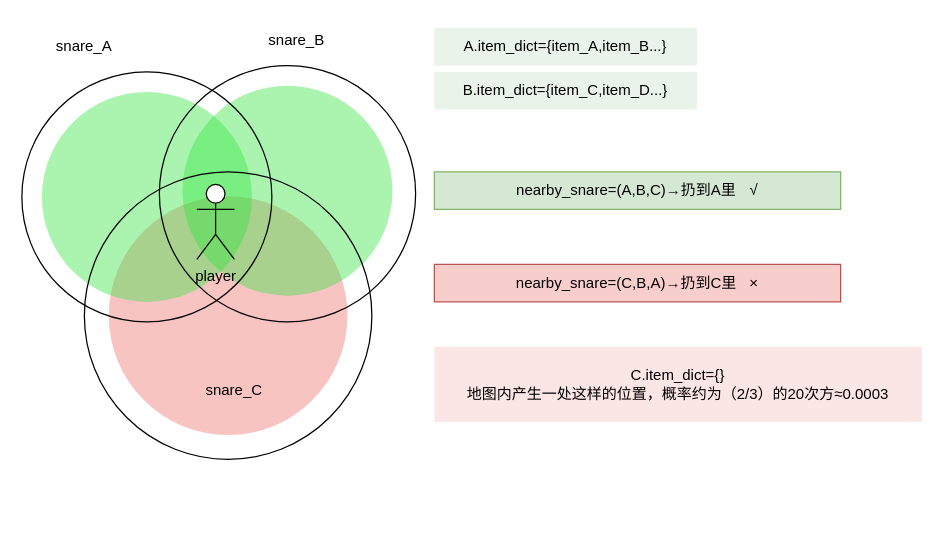
Earlier version of the draw.io diagram snare.drawio (pearhield/test). Source tidied: cells renumbered, new cells numbered last; positions are measured from the earlier drawing's top-left corner, leaving out a move shared by most shapes. Both pictures are drawn from the tidied source at 125%, with x=0, y=0 at pixel (21, 21).
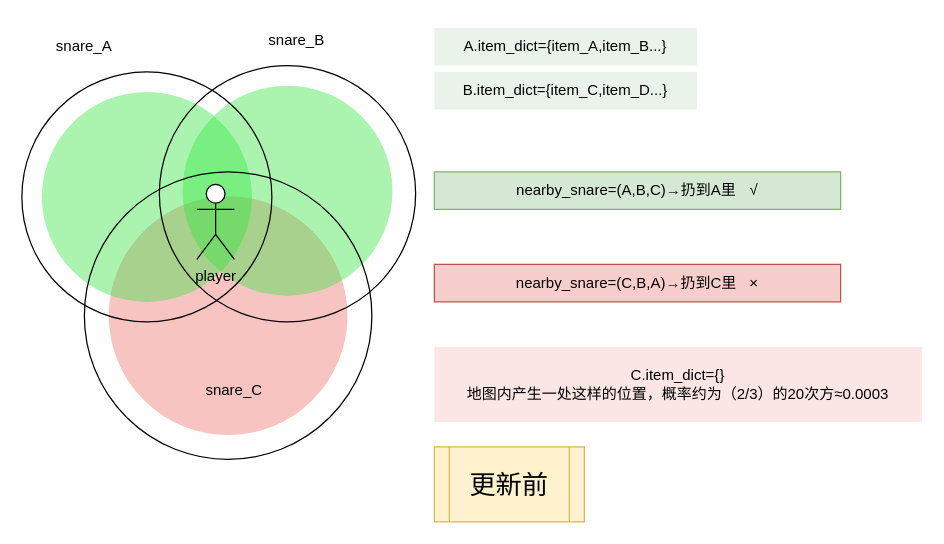
After the change.

What changed in the source:
```diff
@@
 <mxGraphModel>
   <root>
     <mxCell id="0" />
     <mxCell id="1" parent="0" />
     <mxCell id="2" style="ellipse;whiteSpace=wrap;html=1;fillColor=#EA6B66;strokeColor=none;opacity=40;" parent="1" vertex="1">
       <mxGeometry x="69.5" y="139.5" width="191" height="191" as="geometry" />
     </mxCell>
     <mxCell id="3" style="ellipse;whiteSpace=wrap;html=1;fillColor=#2DE33A;strokeColor=none;opacity=40;" parent="1" vertex="1">
       <mxGeometry x="128.5" y="51" width="168" height="168" as="geometry" />
     </mxCell>
     <mxCell id="4" style="ellipse;whiteSpace=wrap;html=1;fillColor=#2DE33A;strokeColor=none;opacity=40;" parent="1" vertex="1">
       <mxGeometry x="16" y="56" width="168" height="168" as="geometry" />
     </mxCell>
     <mxCell id="5" style="ellipse;whiteSpace=wrap;html=1;fillColor=none;" parent="1" vertex="1">
       <mxGeometry y="40" width="200" height="200" as="geometry" />
     </mxCell>
     <mxCell id="6" style="ellipse;whiteSpace=wrap;html=1;fillColor=none;" parent="1" vertex="1">
       <mxGeometry x="110" y="35" width="205" height="205" as="geometry" />
     </mxCell>
     <mxCell id="7" value="player" style="shape=umlActor;verticalLabelPosition=bottom;verticalAlign=top;html=1;" parent="1" vertex="1">
       <mxGeometry x="140" y="130" width="30" height="60" as="geometry" />
     </mxCell>
     <mxCell id="8" value="snare_A" style="text;html=1;strokeColor=none;fillColor=none;align=center;verticalAlign=middle;whiteSpace=wrap;rounded=0;" parent="1" vertex="1">
       <mxGeometry x="20" y="5" width="60" height="30" as="geometry" />
     </mxCell>
     <mxCell id="9" value="snare_B" style="text;html=1;strokeColor=none;fillColor=none;align=center;verticalAlign=middle;whiteSpace=wrap;rounded=0;" parent="1" vertex="1">
       <mxGeometry x="190" width="60" height="30" as="geometry" />
     </mxCell>
     <mxCell id="10" style="ellipse;whiteSpace=wrap;html=1;fillColor=none;" parent="1" vertex="1">
       <mxGeometry x="50" y="120" width="230" height="230" as="geometry" />
     </mxCell>
     <mxCell id="11" value="snare_C" style="text;html=1;strokeColor=none;fillColor=none;align=center;verticalAlign=middle;whiteSpace=wrap;rounded=0;" parent="1" vertex="1">
       <mxGeometry x="140" y="280" width="60" height="30" as="geometry" />
     </mxCell>
     <mxCell id="12" value="nearby_snare=(A,B,C)→扔到A里&lt;span style=&quot;white-space: pre;&quot;&gt;&#9;&lt;/span&gt;√" style="text;html=1;strokeColor=#82b366;fillColor=#d5e8d4;align=center;verticalAlign=middle;whiteSpace=wrap;rounded=0;" parent="1" vertex="1">
       <mxGeometry x="330" y="120" width="325" height="30" as="geometry" />
     </mxCell>
     <mxCell id="13" value="nearby_snare=(C,B,A)→扔到C里&lt;span style=&quot;white-space: pre;&quot;&gt;&#9;&lt;/span&gt;×" style="text;html=1;strokeColor=#b85450;fillColor=#f8cecc;align=center;verticalAlign=middle;whiteSpace=wrap;rounded=0;" parent="1" vertex="1">
       <mxGeometry x="330" y="194" width="325" height="30" as="geometry" />
     </mxCell>
     <mxCell id="14" value="A.item_dict={item_A,item_B...}" style="text;html=1;strokeColor=none;fillColor=#d5e8d4;align=center;verticalAlign=middle;whiteSpace=wrap;rounded=0;opacity=50;" parent="1" vertex="1">
       <mxGeometry x="330" y="5" width="210" height="30" as="geometry" />
     </mxCell>
     <mxCell id="15" value="B.item_dict={item_C,item_D...}" style="text;html=1;strokeColor=none;fillColor=#d5e8d4;align=center;verticalAlign=middle;whiteSpace=wrap;rounded=0;opacity=50;" parent="1" vertex="1">
       <mxGeometry x="330" y="40" width="210" height="30" as="geometry" />
     </mxCell>
     <mxCell id="16" value="C.item_dict={}&lt;br&gt;地图内产生一处这样的位置，概率约为（2/3）的20次方≈0.0003" style="text;html=1;strokeColor=none;fillColor=#f8cecc;align=center;verticalAlign=middle;whiteSpace=wrap;rounded=0;opacity=50;" parent="1" vertex="1">
       <mxGeometry x="330" y="260" width="390" height="60" as="geometry" />
     </mxCell>
+    <mxCell id="17" value="更新前" style="shape=process;whiteSpace=wrap;html=1;backgroundOutline=1;fillColor=#fff2cc;strokeColor=#d6b656;fontSize=21;" parent="1" vertex="1">
+      <mxGeometry x="330" y="340" width="120" height="60" as="geometry" />
+    </mxCell>
   </root>
 </mxGraphModel>
```
